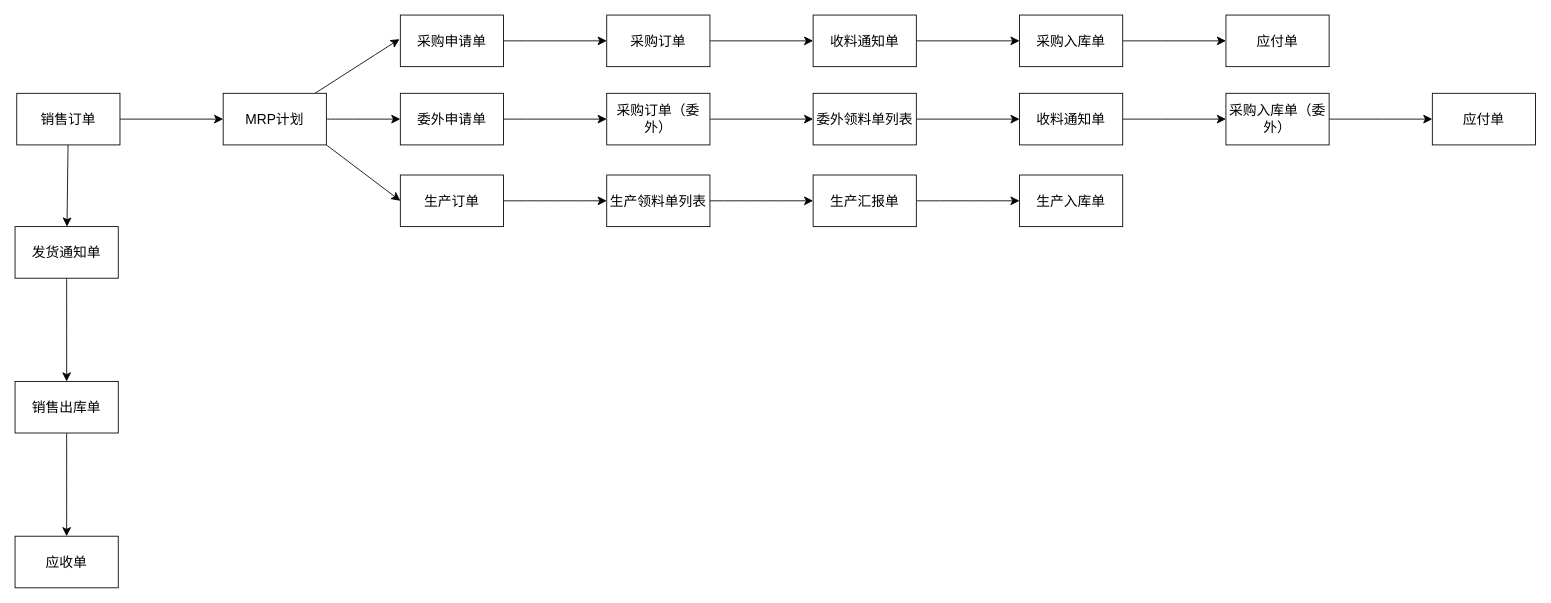
HaloBoys/Diagrams keeps this draw.io diagram as 金蝶云星空单据流程图.drawio. Above is the earlier version. Source tidied: cells renumbered, new cells numbered last; positions are measured from the earlier drawing's top-left corner, leaving out a move shared by most shapes. Both pictures are drawn from the tidied source at 86%, with x=0, y=0 at pixel (15, 15).
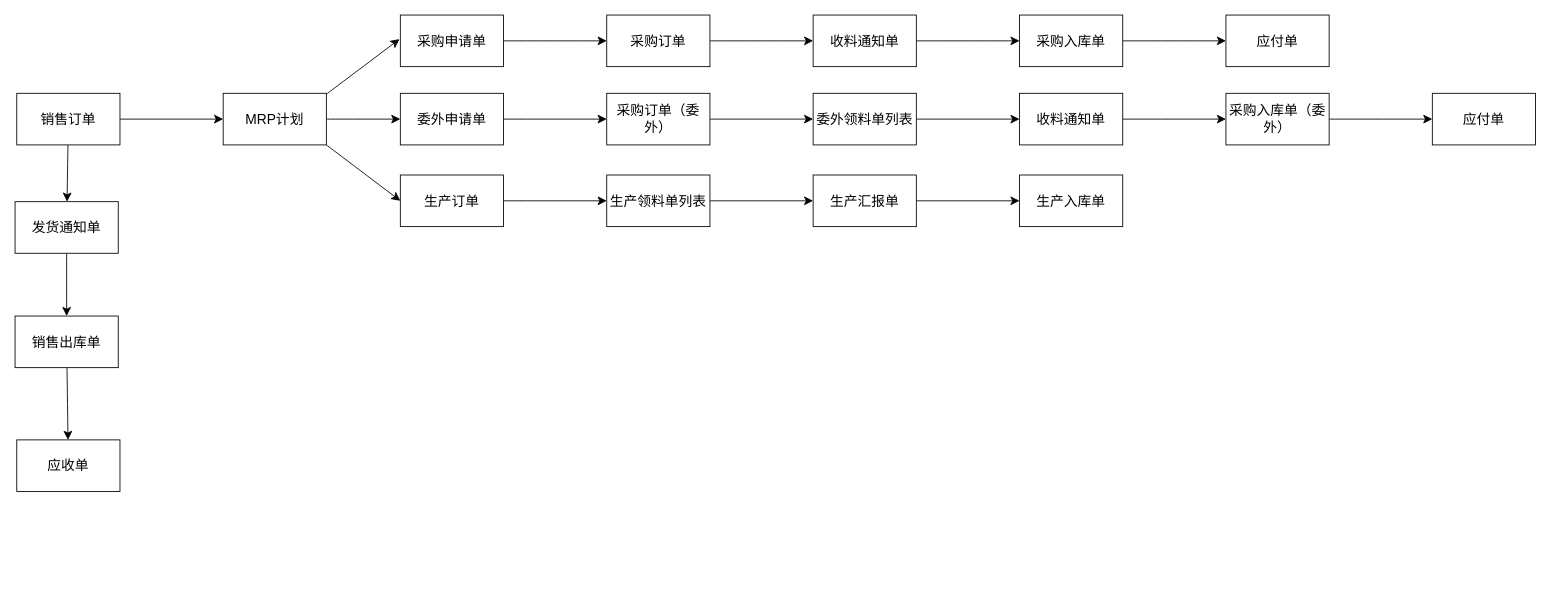
After the change.

Commit message (it also covers changes not shown here):
更新金蝶云星空单据流程图.drawio

Unchanged cells that the change refers to:
```xml
<mxCell id="6" value="MRP计划" style="whiteSpace=wrap;html=1;fontSize=16;rounded=0;" parent="1" vertex="1">
  <mxGeometry x="242" y="91" width="120" height="60" as="geometry" />
</mxCell>
```

What changed in the source:
```diff
@@
-    <mxCell id="5" style="edgeStyle=none;curved=1;rounded=0;jettySize=auto;html=1;fontSize=12;startSize=8;endSize=8;" parent="1" edge="1" source="6">
+    <mxCell id="5" style="edgeStyle=none;curved=1;rounded=0;jettySize=auto;html=1;fontSize=12;startSize=8;endSize=8;exitX=1;exitY=0.017;exitDx=0;exitDy=0;exitPerimeter=0;" parent="1" edge="1" source="6">
       <mxGeometry relative="1" as="geometry">
         <mxPoint x="447" y="28" as="targetPoint" />
       </mxGeometry>
     </mxCell>
@@
     <mxCell id="37" value="发货通知单" style="rounded=0;whiteSpace=wrap;html=1;fontSize=16;" parent="1" vertex="1">
-      <mxGeometry y="246" width="120" height="60" as="geometry" />
+      <mxGeometry y="217" width="120" height="60" as="geometry" />
     </mxCell>
@@
     <mxCell id="39" value="销售出库单" style="whiteSpace=wrap;html=1;fontSize=16;rounded=0;" parent="1" vertex="1">
-      <mxGeometry y="426" width="120" height="60" as="geometry" />
+      <mxGeometry y="350" width="120" height="60" as="geometry" />
     </mxCell>
     <mxCell id="40" value="应收单" style="whiteSpace=wrap;html=1;fontSize=16;rounded=0;" parent="1" vertex="1">
-      <mxGeometry y="606" width="120" height="60" as="geometry" />
+      <mxGeometry x="2" y="494" width="120" height="60" as="geometry" />
     </mxCell>
```
